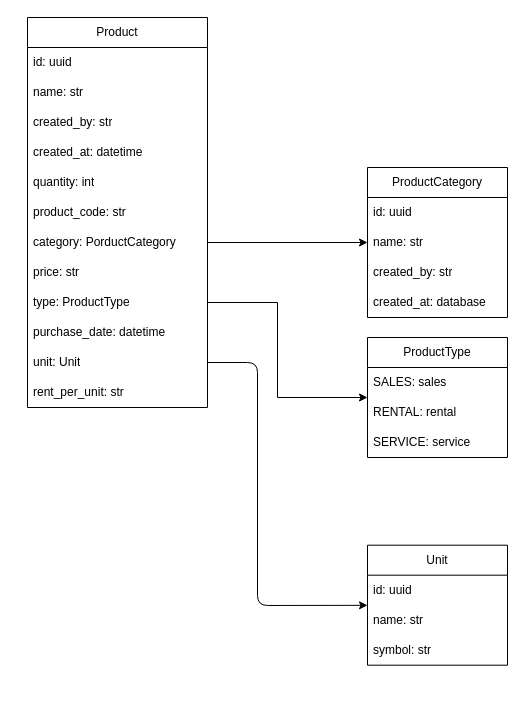
Above: page "Product" (2 of 4) of docs/IMS_MPT.drawio in Cherisher08/IMS_mpt_backend (draw.io), before the change. Source tidied: cells renumbered, new cells numbered last; positions are measured from the earlier drawing's top-left corner, leaving out a move shared by most shapes. Both pictures are drawn from the tidied source at 100%, with x=0, y=0 at pixel (27, 17).
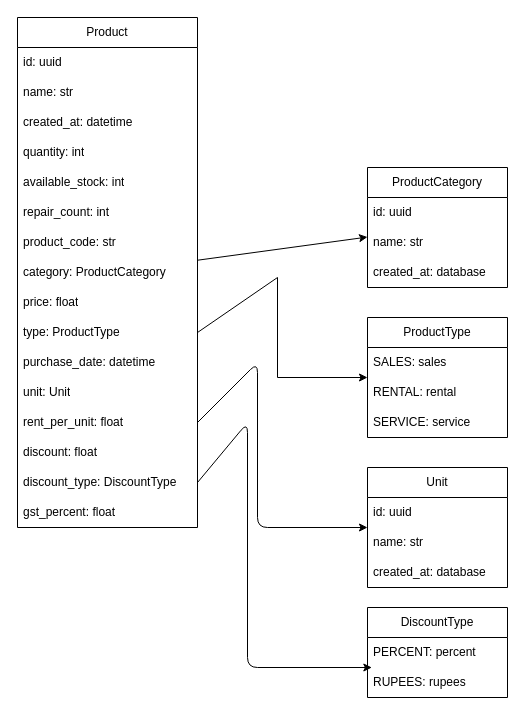
The same page after the edit.

Diff of the diagram source:
```diff
@@
     <mxCell id="2" value="Product" style="swimlane;fontStyle=0;horizontal=1;startSize=30;whiteSpace=wrap;html=1;" parent="1" vertex="1">
-      <mxGeometry width="180" height="390" as="geometry" />
+      <mxGeometry x="-10" width="180" height="510" as="geometry" />
     </mxCell>
@@
-    <mxCell id="5" value="created_by: str" style="text;strokeColor=none;fillColor=none;align=left;verticalAlign=middle;spacingLeft=4;spacingRight=4;overflow=hidden;whiteSpace=wrap;html=1;" parent="2" vertex="1">
-      <mxGeometry y="90" width="180" height="30" as="geometry" />
-    </mxCell>
     <mxCell id="6" value="created_at: datetime" style="text;strokeColor=none;fillColor=none;align=left;verticalAlign=middle;spacingLeft=4;spacingRight=4;overflow=hidden;whiteSpace=wrap;html=1;" parent="2" vertex="1">
-      <mxGeometry y="120" width="180" height="30" as="geometry" />
+      <mxGeometry y="90" width="180" height="30" as="geometry" />
     </mxCell>
     <mxCell id="7" value="quantity: int" style="text;strokeColor=none;fillColor=none;align=left;verticalAlign=middle;spacingLeft=4;spacingRight=4;overflow=hidden;whiteSpace=wrap;html=1;" parent="2" vertex="1">
-      <mxGeometry y="150" width="180" height="30" as="geometry" />
+      <mxGeometry y="120" width="180" height="30" as="geometry" />
     </mxCell>
+    <mxCell id="31" value="available_stock: int" style="text;strokeColor=none;fillColor=none;align=left;verticalAlign=middle;spacingLeft=4;spacingRight=4;overflow=hidden;whiteSpace=wrap;html=1;" parent="2" vertex="1">
+      <mxGeometry y="150" width="180" height="30" as="geometry" />
+    </mxCell>
+    <mxCell id="32" value="repair_count: int" style="text;strokeColor=none;fillColor=none;align=left;verticalAlign=middle;spacingLeft=4;spacingRight=4;overflow=hidden;whiteSpace=wrap;html=1;" parent="2" vertex="1">
+      <mxGeometry y="180" width="180" height="30" as="geometry" />
+    </mxCell>
     <mxCell id="8" value="product_code: str" style="text;strokeColor=none;fillColor=none;align=left;verticalAlign=middle;spacingLeft=4;spacingRight=4;overflow=hidden;whiteSpace=wrap;html=1;" parent="2" vertex="1">
-      <mxGeometry y="180" width="180" height="30" as="geometry" />
+      <mxGeometry y="210" width="180" height="30" as="geometry" />
     </mxCell>
-    <mxCell id="9" value="category: PorductCategory" style="text;strokeColor=none;fillColor=none;align=left;verticalAlign=middle;spacingLeft=4;spacingRight=4;overflow=hidden;points=[[0,0.5],[1,0.5]];portConstraint=eastwest;whiteSpace=wrap;html=1;" parent="2" vertex="1">
-      <mxGeometry y="210" width="180" height="30" as="geometry" />
+    <mxCell id="9" value="category: ProductCategory" style="text;strokeColor=none;fillColor=none;align=left;verticalAlign=middle;spacingLeft=4;spacingRight=4;overflow=hidden;points=[[0,0.5],[1,0.5]];portConstraint=eastwest;whiteSpace=wrap;html=1;" parent="2" vertex="1">
+      <mxGeometry y="240" width="180" height="30" as="geometry" />
     </mxCell>
-    <mxCell id="10" value="price: str" style="text;strokeColor=none;fillColor=none;align=left;verticalAlign=middle;spacingLeft=4;spacingRight=4;overflow=hidden;whiteSpace=wrap;html=1;" parent="2" vertex="1">
-      <mxGeometry y="240" width="180" height="30" as="geometry" />
+    <mxCell id="10" value="price: float" style="text;strokeColor=none;fillColor=none;align=left;verticalAlign=middle;spacingLeft=4;spacingRight=4;overflow=hidden;whiteSpace=wrap;html=1;" parent="2" vertex="1">
+      <mxGeometry y="270" width="180" height="30" as="geometry" />
     </mxCell>
     <mxCell id="11" value="type: ProductType" style="text;strokeColor=none;fillColor=none;align=left;verticalAlign=middle;spacingLeft=4;spacingRight=4;overflow=hidden;points=[[0,0.5],[1,0.5]];portConstraint=eastwest;whiteSpace=wrap;html=1;" parent="2" vertex="1">
-      <mxGeometry y="270" width="180" height="30" as="geometry" />
+      <mxGeometry y="300" width="180" height="30" as="geometry" />
     </mxCell>
     <mxCell id="12" value="purchase_date: datetime" style="text;strokeColor=none;fillColor=none;align=left;verticalAlign=middle;spacingLeft=4;spacingRight=4;overflow=hidden;whiteSpace=wrap;html=1;" parent="2" vertex="1">
-      <mxGeometry y="300" width="180" height="30" as="geometry" />
+      <mxGeometry y="330" width="180" height="30" as="geometry" />
     </mxCell>
     <mxCell id="13" value="unit: Unit" style="text;strokeColor=none;fillColor=none;align=left;verticalAlign=middle;spacingLeft=4;spacingRight=4;overflow=hidden;points=[[0,0.5],[1,0.5]];portConstraint=eastwest;whiteSpace=wrap;html=1;" parent="2" vertex="1">
-      <mxGeometry y="330" width="180" height="30" as="geometry" />
+      <mxGeometry y="360" width="180" height="30" as="geometry" />
     </mxCell>
-    <mxCell id="14" value="rent_per_unit: str" style="text;strokeColor=none;fillColor=none;align=left;verticalAlign=middle;spacingLeft=4;spacingRight=4;overflow=hidden;points=[[0,0.5],[1,0.5]];portConstraint=eastwest;whiteSpace=wrap;html=1;" parent="2" vertex="1">
-      <mxGeometry y="360" width="180" height="30" as="geometry" />
+    <mxCell id="14" value="rent_per_unit: float" style="text;strokeColor=none;fillColor=none;align=left;verticalAlign=middle;spacingLeft=4;spacingRight=4;overflow=hidden;points=[[0,0.5],[1,0.5]];portConstraint=eastwest;whiteSpace=wrap;html=1;" parent="2" vertex="1">
+      <mxGeometry y="390" width="180" height="30" as="geometry" />
     </mxCell>
+    <mxCell id="33" value="discount: float" style="text;strokeColor=none;fillColor=none;align=left;verticalAlign=middle;spacingLeft=4;spacingRight=4;overflow=hidden;whiteSpace=wrap;html=1;" parent="2" vertex="1">
+      <mxGeometry y="420" width="180" height="30" as="geometry" />
+    </mxCell>
+    <mxCell id="34" value="discount_type:&amp;nbsp;&lt;span style=&quot;color: rgb(0, 0, 0); text-align: center;&quot;&gt;DiscountType&lt;/span&gt;" style="text;strokeColor=none;fillColor=none;align=left;verticalAlign=middle;spacingLeft=4;spacingRight=4;overflow=hidden;points=[[0,0.5],[1,0.5]];portConstraint=eastwest;whiteSpace=wrap;html=1;" parent="2" vertex="1">
+      <mxGeometry y="450" width="180" height="30" as="geometry" />
+    </mxCell>
+    <mxCell id="35" value="gst_percent: float" style="text;strokeColor=none;fillColor=none;align=left;verticalAlign=middle;spacingLeft=4;spacingRight=4;overflow=hidden;whiteSpace=wrap;html=1;" parent="2" vertex="1">
+      <mxGeometry y="480" width="180" height="30" as="geometry" />
+    </mxCell>
     <mxCell id="15" value="ProductCategory" style="swimlane;fontStyle=0;horizontal=1;startSize=30;whiteSpace=wrap;html=1;" parent="1" vertex="1">
-      <mxGeometry x="340" y="150" width="140" height="150" as="geometry" />
+      <mxGeometry x="340" y="150" width="140" height="120" as="geometry" />
     </mxCell>
@@
-    <mxCell id="18" value="created_by: str" style="text;strokeColor=none;fillColor=none;align=left;verticalAlign=middle;spacingLeft=4;spacingRight=4;overflow=hidden;whiteSpace=wrap;html=1;" parent="15" vertex="1">
-      <mxGeometry y="90" width="140" height="30" as="geometry" />
-    </mxCell>
     <mxCell id="19" value="created_at: database" style="text;strokeColor=none;fillColor=none;align=left;verticalAlign=middle;spacingLeft=4;spacingRight=4;overflow=hidden;whiteSpace=wrap;html=1;" parent="15" vertex="1">
-      <mxGeometry y="120" width="140" height="30" as="geometry" />
+      <mxGeometry y="90" width="140" height="30" as="geometry" />
     </mxCell>
@@
     <mxCell id="21" value="ProductType" style="swimlane;fontStyle=0;horizontal=1;startSize=30;whiteSpace=wrap;html=1;" parent="1" vertex="1">
-      <mxGeometry x="340" y="320" width="140" height="120" as="geometry" />
+      <mxGeometry x="340" y="300" width="140" height="120" as="geometry" />
     </mxCell>
@@
     <mxCell id="25" style="edgeStyle=none;rounded=0;jettySize=auto;html=1;exitX=1;exitY=0.5;exitDx=0;exitDy=0;" parent="1" edge="1" source="11" target="21">
       <mxGeometry relative="1" as="geometry">
         <Array as="points">
-          <mxPoint x="250" y="285" />
-          <mxPoint x="250" y="380" />
+          <mxPoint x="250" y="260" />
+          <mxPoint x="250" y="360" />
         </Array>
       </mxGeometry>
     </mxCell>
     <mxCell id="26" value="Unit" style="swimlane;fontStyle=0;horizontal=1;startSize=30;whiteSpace=wrap;html=1;" parent="1" vertex="1">
-      <mxGeometry x="340" y="527.7" width="140" height="120" as="geometry" />
+      <mxGeometry x="340" y="450" width="140" height="120" as="geometry" />
     </mxCell>
@@
-    <mxCell id="29" value="symbol: str" style="text;strokeColor=none;fillColor=none;align=left;verticalAlign=middle;spacingLeft=4;spacingRight=4;overflow=hidden;whiteSpace=wrap;html=1;" parent="26" vertex="1">
+    <mxCell id="29" value="&lt;span style=&quot;color: rgb(0, 0, 0);&quot;&gt;created_at: database&lt;/span&gt;" style="text;strokeColor=none;fillColor=none;align=left;verticalAlign=middle;spacingLeft=4;spacingRight=4;overflow=hidden;whiteSpace=wrap;html=1;" parent="26" vertex="1">
       <mxGeometry y="90" width="140" height="30" as="geometry" />
     </mxCell>
-    <mxCell id="30" style="edgeStyle=none;html=1;" parent="1" edge="1" source="13" target="26">
+    <mxCell id="30" style="edgeStyle=none;html=1;exitX=1;exitY=0.5;exitDx=0;exitDy=0;" parent="1" edge="1" source="14" target="26">
       <mxGeometry relative="1" as="geometry">
         <Array as="points">
           <mxPoint x="230" y="345" />
-          <mxPoint x="230" y="588" />
+          <mxPoint x="230" y="510" />
         </Array>
       </mxGeometry>
     </mxCell>
+    <mxCell id="36" value="DiscountType" style="swimlane;fontStyle=0;horizontal=1;startSize=30;whiteSpace=wrap;html=1;" parent="1" vertex="1">
+      <mxGeometry x="340" y="590" width="140" height="90" as="geometry" />
+    </mxCell>
+    <mxCell id="37" value="PERCENT: percent" style="text;strokeColor=none;fillColor=none;align=left;verticalAlign=middle;spacingLeft=4;spacingRight=4;overflow=hidden;whiteSpace=wrap;html=1;" parent="36" vertex="1">
+      <mxGeometry y="30" width="140" height="30" as="geometry" />
+    </mxCell>
+    <mxCell id="38" value="RUPEES: rupees" style="text;strokeColor=none;fillColor=none;align=left;verticalAlign=middle;spacingLeft=4;spacingRight=4;overflow=hidden;points=[[0,0.5],[1,0.5]];portConstraint=eastwest;whiteSpace=wrap;html=1;" parent="36" vertex="1">
+      <mxGeometry y="60" width="140" height="30" as="geometry" />
+    </mxCell>
+    <mxCell id="39" style="edgeStyle=none;html=1;entryX=0;entryY=0;entryDx=0;entryDy=0;entryPerimeter=0;" parent="36" edge="1" source="36" target="38">
+      <mxGeometry relative="1" as="geometry" />
+    </mxCell>
+    <mxCell id="40" style="edgeStyle=none;html=1;entryX=0.031;entryY=0;entryDx=0;entryDy=0;entryPerimeter=0;exitX=1;exitY=0.5;exitDx=0;exitDy=0;" parent="1" edge="1" source="34" target="38">
+      <mxGeometry relative="1" as="geometry">
+        <Array as="points">
+          <mxPoint x="220" y="405" />
+          <mxPoint x="220" y="650" />
+        </Array>
+      </mxGeometry>
+    </mxCell>
```
